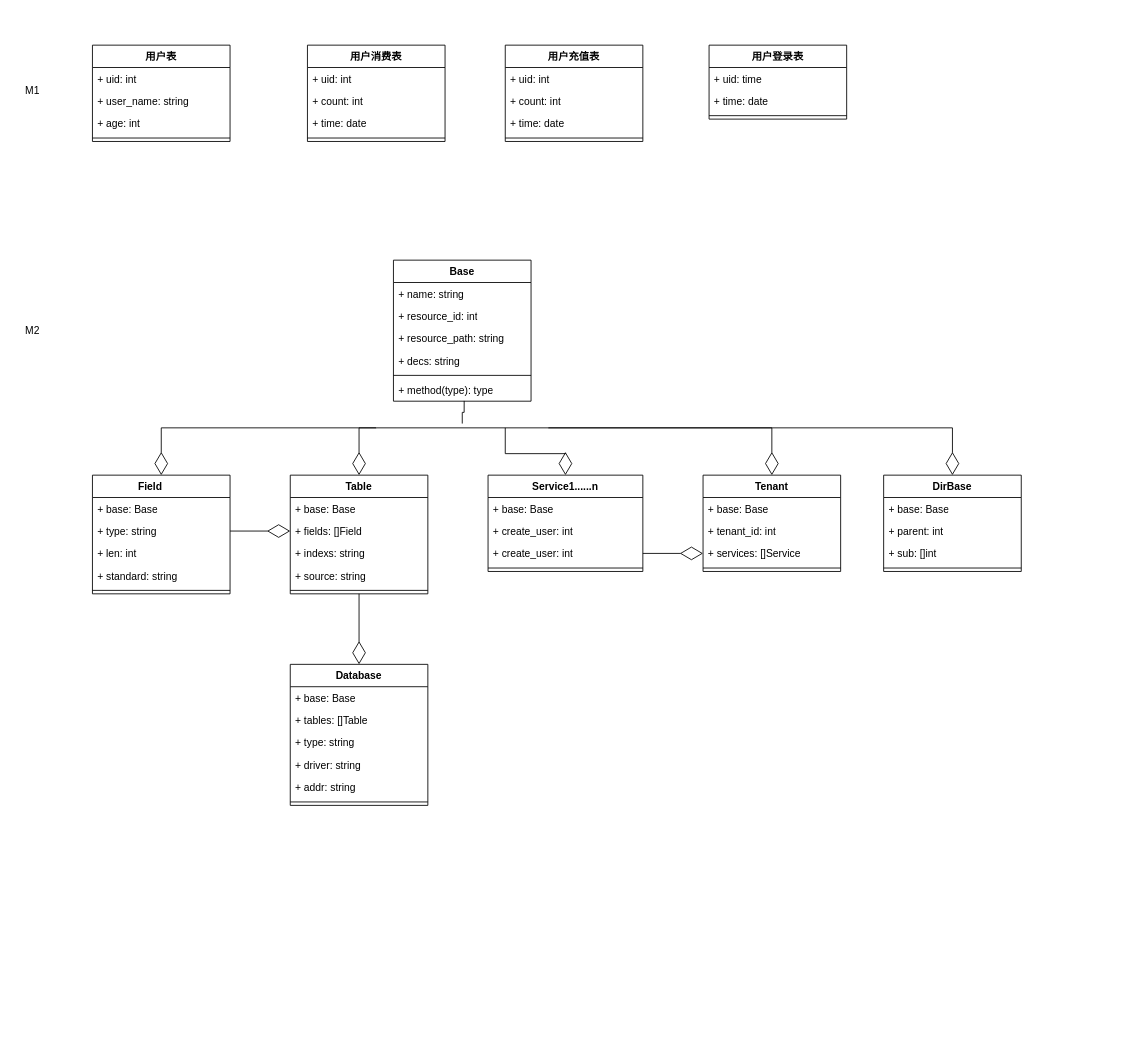
The draw.io diagram page "第 4 页" (4 of 5) of Crm-Saas/crm-saas.drawio in zhangshuntao-ola/MyDraw, before the edit. Source tidied: cells renumbered, new cells numbered last; positions are measured from the earlier drawing's top-left corner, leaving out a move shared by most shapes. Both pictures are drawn from the tidied source at 86%, with x=0, y=0 at pixel (15, 45).
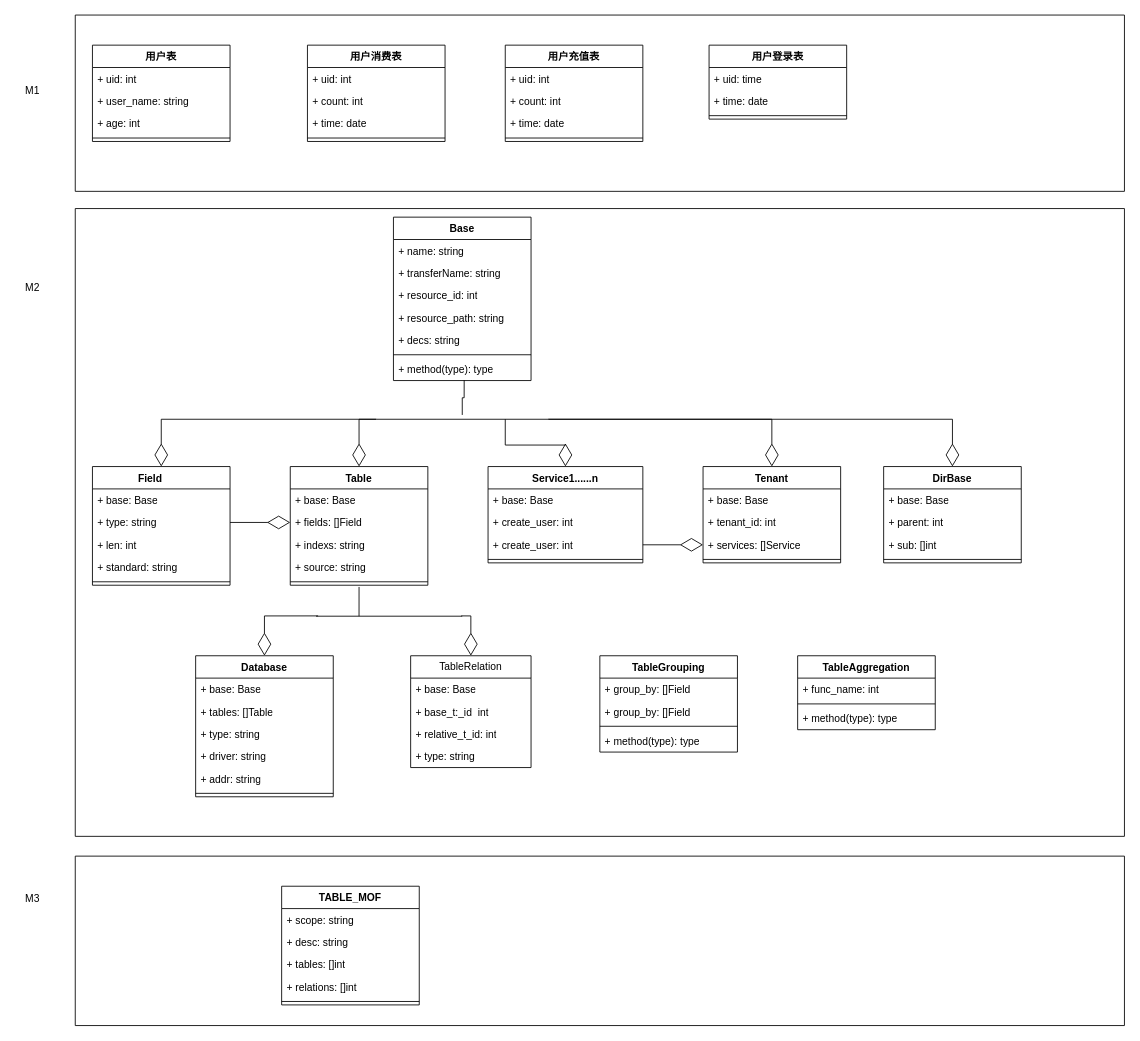
After the change.

The change refers to these unchanged cells:
```xml
<mxCell id="13" style="line;strokeWidth=1;fillColor=none;align=left;verticalAlign=middle;spacingTop=-1;spacingLeft=3;spacingRight=3;labelPosition=right;points=[];portConstraint=eastwest;strokeColor=inherit;" parent="8" vertex="1">
  <mxGeometry y="130" width="160" height="8" as="geometry" />
</mxCell>
```

Diff of the diagram source:
```diff
@@
     <mxCell id="2" value="Field&lt;span style=&quot;white-space: pre;&quot;&gt;&#9;&lt;/span&gt;" style="swimlane;fontStyle=1;align=center;verticalAlign=top;horizontal=1;startSize=26;whiteSpace=wrap;html=1;" parent="1" vertex="1">
-      <mxGeometry x="90" y="500" width="160" height="138" as="geometry" />
+      <mxGeometry x="90" y="490" width="160" height="138" as="geometry" />
     </mxCell>
@@
     <mxCell id="8" value="Table" style="swimlane;fontStyle=1;align=center;verticalAlign=top;horizontal=1;startSize=26;whiteSpace=wrap;html=1;" parent="1" vertex="1">
-      <mxGeometry x="320" y="500" width="160" height="138" as="geometry" />
+      <mxGeometry x="320" y="490" width="160" height="138" as="geometry" />
     </mxCell>
@@
     <mxCell id="14" value="Database" style="swimlane;fontStyle=1;align=center;verticalAlign=top;horizontal=1;startSize=26;whiteSpace=wrap;html=1;" parent="1" vertex="1">
-      <mxGeometry x="320" y="720" width="160" height="164" as="geometry" />
+      <mxGeometry x="210" y="710" width="160" height="164" as="geometry" />
     </mxCell>
@@
     <mxCell id="21" value="Service1......n" style="swimlane;fontStyle=1;align=center;verticalAlign=top;horizontal=1;startSize=26;whiteSpace=wrap;html=1;" parent="1" vertex="1">
-      <mxGeometry x="550" y="500" width="180" height="112" as="geometry" />
+      <mxGeometry x="550" y="490" width="180" height="112" as="geometry" />
     </mxCell>
@@
     <mxCell id="26" value="Tenant" style="swimlane;fontStyle=1;align=center;verticalAlign=top;horizontal=1;startSize=26;whiteSpace=wrap;html=1;" parent="1" vertex="1">
-      <mxGeometry x="800" y="500" width="160" height="112" as="geometry" />
+      <mxGeometry x="800" y="490" width="160" height="112" as="geometry" />
     </mxCell>
@@
     <mxCell id="53" value="M2" style="text;html=1;align=center;verticalAlign=middle;strokeColor=none;fillColor=none;" parent="1" vertex="1">
-      <mxGeometry y="317" width="40" height="30" as="geometry" />
+      <mxGeometry y="267" width="40" height="30" as="geometry" />
     </mxCell>
     <mxCell id="54" value="Base" style="swimlane;fontStyle=1;align=center;verticalAlign=top;horizontal=1;startSize=26;whiteSpace=wrap;html=1;" parent="1" vertex="1">
-      <mxGeometry x="440" y="250" width="160" height="164" as="geometry" />
+      <mxGeometry x="440" y="200" width="160" height="190" as="geometry" />
     </mxCell>
@@
+    <mxCell id="74" value="+ transferName: string" style="text;strokeColor=none;fillColor=none;align=left;verticalAlign=top;spacingLeft=4;spacingRight=4;overflow=hidden;whiteSpace=wrap;html=1;" parent="54" vertex="1">
+      <mxGeometry y="52" width="160" height="26" as="geometry" />
+    </mxCell>
     <mxCell id="56" value="+ resource_id: int" style="text;strokeColor=none;fillColor=none;align=left;verticalAlign=top;spacingLeft=4;spacingRight=4;overflow=hidden;whiteSpace=wrap;html=1;" parent="54" vertex="1">
-      <mxGeometry y="52" width="160" height="26" as="geometry" />
+      <mxGeometry y="78" width="160" height="26" as="geometry" />
     </mxCell>
     <mxCell id="57" value="+ resource_path: string" style="text;strokeColor=none;fillColor=none;align=left;verticalAlign=top;spacingLeft=4;spacingRight=4;overflow=hidden;whiteSpace=wrap;html=1;" parent="54" vertex="1">
-      <mxGeometry y="78" width="160" height="26" as="geometry" />
+      <mxGeometry y="104" width="160" height="26" as="geometry" />
     </mxCell>
     <mxCell id="58" value="+ decs: string" style="text;strokeColor=none;fillColor=none;align=left;verticalAlign=top;spacingLeft=4;spacingRight=4;overflow=hidden;whiteSpace=wrap;html=1;" parent="54" vertex="1">
-      <mxGeometry y="104" width="160" height="26" as="geometry" />
+      <mxGeometry y="130" width="160" height="26" as="geometry" />
     </mxCell>
     <mxCell id="59" style="line;strokeWidth=1;fillColor=none;align=left;verticalAlign=middle;spacingTop=-1;spacingLeft=3;spacingRight=3;labelPosition=right;strokeColor=inherit;" parent="54" vertex="1">
-      <mxGeometry y="130" width="160" height="8" as="geometry" />
+      <mxGeometry y="156" width="160" height="8" as="geometry" />
     </mxCell>
     <mxCell id="60" value="+ method(type): type" style="text;strokeColor=none;fillColor=none;align=left;verticalAlign=top;spacingLeft=4;spacingRight=4;overflow=hidden;points=[[0,0.5],[1,0.5]];portConstraint=eastwest;whiteSpace=wrap;html=1;" parent="54" vertex="1">
-      <mxGeometry y="138" width="160" height="26" as="geometry" />
+      <mxGeometry y="164" width="160" height="26" as="geometry" />
     </mxCell>
-    <mxCell id="61" style="endArrow=diamondThin;endFill=0;endSize=24;html=1;rounded=0;entryX=0.5;entryY=0;entryDx=0;entryDy=0;exitX=0.5;exitY=1;exitDx=0;exitDy=0;" parent="1" edge="1" source="8" target="14">
+    <mxCell id="61" style="endArrow=diamondThin;endFill=0;endSize=24;html=1;rounded=0;entryX=0.5;entryY=0;entryDx=0;entryDy=0;exitX=0.014;exitY=0.458;exitDx=0;exitDy=0;exitPerimeter=0;edgeStyle=orthogonalEdgeStyle;" parent="1" edge="1" source="80" target="14">
       <mxGeometry relative="1" as="geometry" />
     </mxCell>
     <mxCell id="62" style="shape=line;html=1;strokeWidth=1;strokeColor=#000000;" parent="1" vertex="1">
-      <mxGeometry x="420" y="440" width="200" height="10" as="geometry" />
+      <mxGeometry x="420" y="430" width="200" height="10" as="geometry" />
     </mxCell>
@@
     <mxCell id="68" value="DirBase" style="swimlane;fontStyle=1;align=center;verticalAlign=top;horizontal=1;startSize=26;whiteSpace=wrap;html=1;" parent="1" vertex="1">
-      <mxGeometry x="1010" y="500" width="160" height="112" as="geometry" />
+      <mxGeometry x="1010" y="490" width="160" height="112" as="geometry" />
     </mxCell>
@@
+    <mxCell id="75" value="TableRelation" style="swimlane;fontStyle=0;horizontal=1;startSize=26;fillColor=none;whiteSpace=wrap;html=1;" parent="1" vertex="1">
+      <mxGeometry x="460" y="710" width="140" height="130" as="geometry" />
+    </mxCell>
+    <mxCell id="76" value="+ base: Base" style="text;strokeColor=none;fillColor=none;align=left;verticalAlign=top;spacingLeft=4;spacingRight=4;overflow=hidden;whiteSpace=wrap;html=1;" parent="75" vertex="1">
+      <mxGeometry y="26" width="140" height="26" as="geometry" />
+    </mxCell>
+    <mxCell id="77" value="+ base_t:_id&amp;nbsp; int" style="text;strokeColor=none;fillColor=none;align=left;verticalAlign=top;spacingLeft=4;spacingRight=4;overflow=hidden;whiteSpace=wrap;html=1;" parent="75" vertex="1">
+      <mxGeometry y="52" width="140" height="26" as="geometry" />
+    </mxCell>
+    <mxCell id="78" value="+ relative_t_id: int" style="text;strokeColor=none;fillColor=none;align=left;verticalAlign=top;spacingLeft=4;spacingRight=4;overflow=hidden;whiteSpace=wrap;html=1;" parent="75" vertex="1">
+      <mxGeometry y="78" width="140" height="26" as="geometry" />
+    </mxCell>
+    <mxCell id="79" value="+ type: string" style="text;strokeColor=none;fillColor=none;align=left;verticalAlign=top;spacingLeft=4;spacingRight=4;overflow=hidden;whiteSpace=wrap;html=1;" parent="75" vertex="1">
+      <mxGeometry y="104" width="140" height="26" as="geometry" />
+    </mxCell>
+    <mxCell id="80" style="line;strokeWidth=1;fillColor=none;align=left;verticalAlign=middle;spacingTop=-1;spacingLeft=3;spacingRight=3;labelPosition=right;points=[];portConstraint=eastwest;strokeColor=inherit;" parent="1" vertex="1">
+      <mxGeometry x="350" y="660" width="170" height="8" as="geometry" />
+    </mxCell>
+    <mxCell id="81" style="endArrow=none;html=1;rounded=0;entryX=0.5;entryY=1.25;entryDx=0;entryDy=0;entryPerimeter=0;exitX=0.294;exitY=0.5;exitDx=0;exitDy=0;exitPerimeter=0;" parent="1" edge="1" source="80" target="13">
+      <mxGeometry relative="1" as="geometry" />
+    </mxCell>
+    <mxCell id="82" style="endArrow=diamondThin;endFill=0;endSize=24;html=1;rounded=0;entryX=0.5;entryY=0;entryDx=0;entryDy=0;exitX=0.993;exitY=0.458;exitDx=0;exitDy=0;exitPerimeter=0;edgeStyle=orthogonalEdgeStyle;" parent="1" edge="1" source="80" target="75">
+      <mxGeometry relative="1" as="geometry" />
+    </mxCell>
+    <mxCell id="83" value="TABLE_MOF" style="swimlane;fontStyle=1;align=center;verticalAlign=top;horizontal=1;startSize=26;whiteSpace=wrap;html=1;" parent="1" vertex="1">
+      <mxGeometry x="310" y="978" width="160" height="138" as="geometry" />
+    </mxCell>
+    <mxCell id="84" value="+ scope: string" style="text;strokeColor=none;fillColor=none;align=left;verticalAlign=top;spacingLeft=4;spacingRight=4;overflow=hidden;whiteSpace=wrap;html=1;" parent="83" vertex="1">
+      <mxGeometry y="26" width="160" height="26" as="geometry" />
+    </mxCell>
+    <mxCell id="85" value="+ desc: string" style="text;strokeColor=none;fillColor=none;align=left;verticalAlign=top;spacingLeft=4;spacingRight=4;overflow=hidden;whiteSpace=wrap;html=1;" parent="83" vertex="1">
+      <mxGeometry y="52" width="160" height="26" as="geometry" />
+    </mxCell>
+    <mxCell id="86" value="+ tables: []int" style="text;strokeColor=none;fillColor=none;align=left;verticalAlign=top;spacingLeft=4;spacingRight=4;overflow=hidden;whiteSpace=wrap;html=1;" parent="83" vertex="1">
+      <mxGeometry y="78" width="160" height="26" as="geometry" />
+    </mxCell>
+    <mxCell id="87" value="+ relations: []int" style="text;strokeColor=none;fillColor=none;align=left;verticalAlign=top;spacingLeft=4;spacingRight=4;overflow=hidden;whiteSpace=wrap;html=1;" parent="83" vertex="1">
+      <mxGeometry y="104" width="160" height="26" as="geometry" />
+    </mxCell>
+    <mxCell id="88" style="line;strokeWidth=1;fillColor=none;align=left;verticalAlign=middle;spacingTop=-1;spacingLeft=3;spacingRight=3;labelPosition=right;strokeColor=inherit;" parent="83" vertex="1">
+      <mxGeometry y="130" width="160" height="8" as="geometry" />
+    </mxCell>
+    <mxCell id="89" value="M3" style="text;html=1;align=center;verticalAlign=middle;strokeColor=none;fillColor=none;" parent="1" vertex="1">
+      <mxGeometry y="978" width="40" height="30" as="geometry" />
+    </mxCell>
+    <mxCell id="90" value="TableAggregation" style="swimlane;fontStyle=1;align=center;verticalAlign=top;horizontal=1;startSize=26;whiteSpace=wrap;html=1;" parent="1" vertex="1">
+      <mxGeometry x="910" y="710" width="160" height="86" as="geometry" />
+    </mxCell>
+    <mxCell id="91" value="+ func_name: int" style="text;strokeColor=none;fillColor=none;align=left;verticalAlign=top;spacingLeft=4;spacingRight=4;overflow=hidden;whiteSpace=wrap;html=1;" parent="90" vertex="1">
+      <mxGeometry y="26" width="160" height="26" as="geometry" />
+    </mxCell>
+    <mxCell id="92" style="line;strokeWidth=1;fillColor=none;align=left;verticalAlign=middle;spacingTop=-1;spacingLeft=3;spacingRight=3;labelPosition=right;strokeColor=inherit;" parent="90" vertex="1">
+      <mxGeometry y="52" width="160" height="8" as="geometry" />
+    </mxCell>
+    <mxCell id="93" value="+ method(type): type" style="text;strokeColor=none;fillColor=none;align=left;verticalAlign=top;spacingLeft=4;spacingRight=4;overflow=hidden;whiteSpace=wrap;html=1;" parent="90" vertex="1">
+      <mxGeometry y="60" width="160" height="26" as="geometry" />
+    </mxCell>
+    <mxCell id="94" value="TableGrouping" style="swimlane;fontStyle=1;align=center;verticalAlign=top;horizontal=1;startSize=26;whiteSpace=wrap;html=1;" parent="1" vertex="1">
+      <mxGeometry x="680" y="710" width="160" height="112" as="geometry" />
+    </mxCell>
+    <mxCell id="95" value="+ group_by: []Field" style="text;strokeColor=none;fillColor=none;align=left;verticalAlign=top;spacingLeft=4;spacingRight=4;overflow=hidden;whiteSpace=wrap;html=1;" parent="94" vertex="1">
+      <mxGeometry y="26" width="160" height="26" as="geometry" />
+    </mxCell>
+    <mxCell id="96" value="+ group_by: []Field" style="text;strokeColor=none;fillColor=none;align=left;verticalAlign=top;spacingLeft=4;spacingRight=4;overflow=hidden;whiteSpace=wrap;html=1;" parent="94" vertex="1">
+      <mxGeometry y="52" width="160" height="26" as="geometry" />
+    </mxCell>
+    <mxCell id="97" style="line;strokeWidth=1;fillColor=none;align=left;verticalAlign=middle;spacingTop=-1;spacingLeft=3;spacingRight=3;labelPosition=right;strokeColor=inherit;" parent="94" vertex="1">
+      <mxGeometry y="78" width="160" height="8" as="geometry" />
+    </mxCell>
+    <mxCell id="98" value="+ method(type): type" style="text;strokeColor=none;fillColor=none;align=left;verticalAlign=top;spacingLeft=4;spacingRight=4;overflow=hidden;whiteSpace=wrap;html=1;" parent="94" vertex="1">
+      <mxGeometry y="86" width="160" height="26" as="geometry" />
+    </mxCell>
+    <mxCell id="99" style="swimlane;startSize=0;" parent="1" vertex="1">
+      <mxGeometry x="70" y="-35" width="1220" height="205" as="geometry" />
+    </mxCell>
+    <mxCell id="100" style="swimlane;startSize=0;" parent="1" vertex="1">
+      <mxGeometry x="70" y="190" width="1220" height="730" as="geometry" />
+    </mxCell>
+    <mxCell id="101" style="swimlane;startSize=0;" parent="1" vertex="1">
+      <mxGeometry x="70" y="943" width="1220" height="197" as="geometry" />
+    </mxCell>
```
